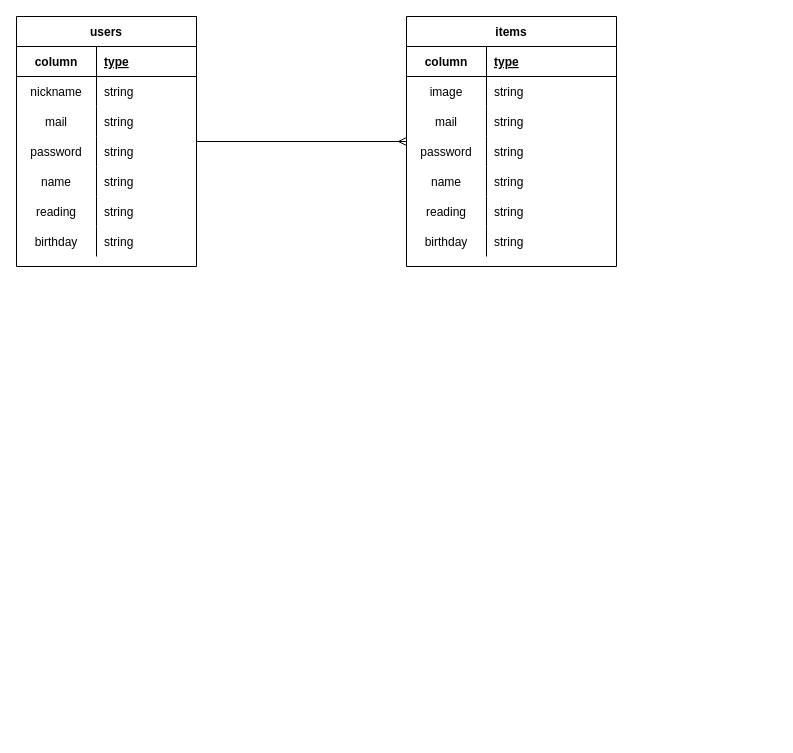
This is test.dio from katsuoisoo/furima-30309, a draw.io file, before an edit. Source tidied: cells renumbered, new cells numbered last; positions are measured from the earlier drawing's top-left corner, leaving out a move shared by most shapes. Both pictures are drawn from the tidied source at 100%, with x=0, y=0 at pixel (16, 16).
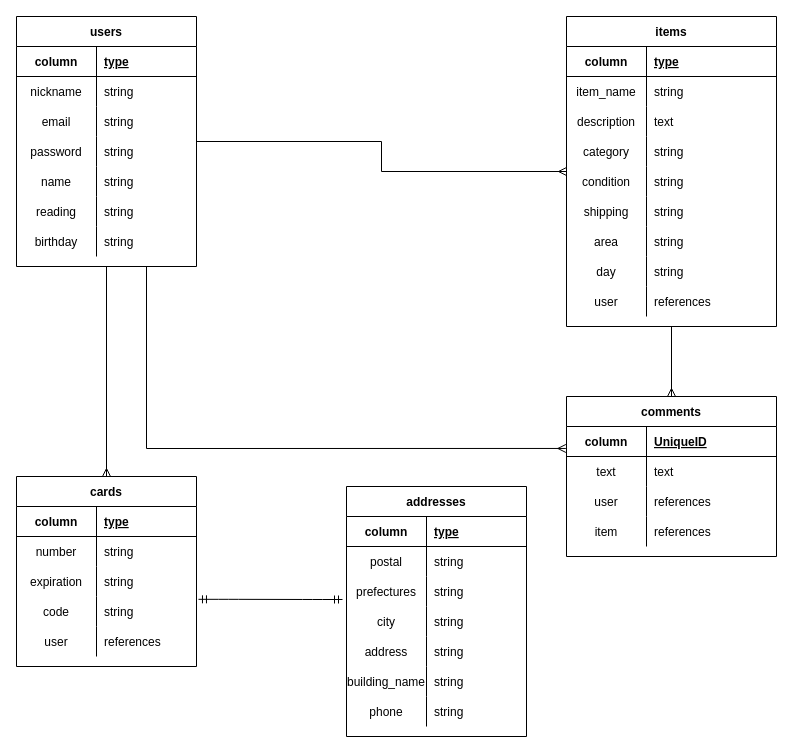
The same page after the edit.

Commit message (it also covers changes not shown here):
データベースの設計（addressesの修正）

The change refers to these unchanged cells:
```xml
<mxCell id="3" value="users" style="shape=table;startSize=30;childLayout=tableLayout;rowLines=0;fontStyle=1;align=center;fillColor=none;gradientColor=none;" parent="1" vertex="1">
  <mxGeometry width="180" height="250" as="geometry" />
</mxCell>
<mxCell id="10" style="shape=partialRectangle;fillColor=none;top=0;left=0;bottom=0;right=0;" parent="3" vertex="1">
  <mxGeometry y="90" width="180" height="30" as="geometry" />
</mxCell>
<mxCell id="29" style="shape=partialRectangle;fillColor=none;top=0;left=0;bottom=0;right=0;" parent="25" vertex="1">
  <mxGeometry y="60" width="210" height="30" as="geometry" />
</mxCell>
<mxCell id="32" style="shape=partialRectangle;fillColor=none;top=0;left=0;bottom=0;right=0;" parent="25" vertex="1">
  <mxGeometry y="90" width="210" height="30" as="geometry" />
</mxCell>
<mxCell id="35" style="shape=partialRectangle;fillColor=none;top=0;left=0;bottom=0;right=0;" parent="25" vertex="1">
  <mxGeometry y="120" width="210" height="30" as="geometry" />
</mxCell>
<mxCell id="38" style="shape=partialRectangle;fillColor=none;top=0;left=0;bottom=0;right=0;" parent="25" vertex="1">
  <mxGeometry y="150" width="210" height="30" as="geometry" />
</mxCell>
<mxCell id="41" style="shape=partialRectangle;fillColor=none;top=0;left=0;bottom=0;right=0;" parent="25" vertex="1">
  <mxGeometry y="180" width="210" height="30" as="geometry" />
</mxCell>
<mxCell id="44" style="shape=partialRectangle;fillColor=none;top=0;left=0;bottom=0;right=0;" parent="25" vertex="1">
  <mxGeometry y="210" width="210" height="30" as="geometry" />
</mxCell>
```

Change to the diagram source:
```diff
@@
+    <mxCell id="47" style="edgeStyle=orthogonalEdgeStyle;rounded=0;jettySize=auto;html=1;endArrow=ERmany;endFill=0;" parent="1" edge="1" source="3" target="69">
+      <mxGeometry relative="1" as="geometry" />
+    </mxCell>
@@
-    <mxCell id="11" value="mail" style="shape=partialRectangle;fillColor=none;top=0;left=0;bottom=0;right=0;overflow=hidden;" parent="10" vertex="1">
+    <mxCell id="11" value="email" style="shape=partialRectangle;fillColor=none;top=0;left=0;bottom=0;right=0;overflow=hidden;" parent="10" vertex="1">
       <mxGeometry width="80" height="30" as="geometry" />
     </mxCell>
@@
     <mxCell id="25" value="items" style="shape=table;startSize=30;childLayout=tableLayout;rowLines=0;fontStyle=1;align=center;fillColor=none;gradientColor=none;" parent="1" vertex="1">
-      <mxGeometry x="390" width="210" height="250" as="geometry" />
+      <mxGeometry x="550" width="210" height="310" as="geometry" />
     </mxCell>
@@
-    <mxCell id="30" value="image" style="shape=partialRectangle;fillColor=none;top=0;left=0;bottom=0;right=0;overflow=hidden;" parent="29" vertex="1">
+    <mxCell id="30" value="item_name" style="shape=partialRectangle;fillColor=none;top=0;left=0;bottom=0;right=0;overflow=hidden;" parent="29" vertex="1">
       <mxGeometry width="80" height="30" as="geometry" />
     </mxCell>
@@
-    <mxCell id="33" value="mail" style="shape=partialRectangle;fillColor=none;top=0;left=0;bottom=0;right=0;overflow=hidden;" parent="32" vertex="1">
+    <mxCell id="33" value="description" style="shape=partialRectangle;fillColor=none;top=0;left=0;bottom=0;right=0;overflow=hidden;" parent="32" vertex="1">
       <mxGeometry width="80" height="30" as="geometry" />
     </mxCell>
-    <mxCell id="34" value="string" style="shape=partialRectangle;fillColor=none;top=0;left=0;bottom=0;right=0;align=left;spacingLeft=6;overflow=hidden;" parent="32" vertex="1">
+    <mxCell id="34" value="text" style="shape=partialRectangle;fillColor=none;top=0;left=0;bottom=0;right=0;align=left;spacingLeft=6;overflow=hidden;" parent="32" vertex="1">
       <mxGeometry x="80" width="130" height="30" as="geometry" />
     </mxCell>
@@
-    <mxCell id="36" value="password" style="shape=partialRectangle;fillColor=none;top=0;left=0;bottom=0;right=0;overflow=hidden;" parent="35" vertex="1">
+    <mxCell id="36" value="category" style="shape=partialRectangle;fillColor=none;top=0;left=0;bottom=0;right=0;overflow=hidden;" parent="35" vertex="1">
       <mxGeometry width="80" height="30" as="geometry" />
     </mxCell>
@@
-    <mxCell id="39" value="name" style="shape=partialRectangle;fillColor=none;top=0;left=0;bottom=0;right=0;overflow=hidden;" parent="38" vertex="1">
+    <mxCell id="39" value="condition" style="shape=partialRectangle;fillColor=none;top=0;left=0;bottom=0;right=0;overflow=hidden;" parent="38" vertex="1">
       <mxGeometry width="80" height="30" as="geometry" />
     </mxCell>
@@
-    <mxCell id="42" value="reading" style="shape=partialRectangle;fillColor=none;top=0;left=0;bottom=0;right=0;overflow=hidden;" parent="41" vertex="1">
+    <mxCell id="42" value="shipping" style="shape=partialRectangle;fillColor=none;top=0;left=0;bottom=0;right=0;overflow=hidden;" parent="41" vertex="1">
       <mxGeometry width="80" height="30" as="geometry" />
     </mxCell>
@@
-    <mxCell id="45" value="birthday" style="shape=partialRectangle;fillColor=none;top=0;left=0;bottom=0;right=0;overflow=hidden;" parent="44" vertex="1">
+    <mxCell id="45" value="area" style="shape=partialRectangle;fillColor=none;top=0;left=0;bottom=0;right=0;overflow=hidden;" parent="44" vertex="1">
       <mxGeometry width="80" height="30" as="geometry" />
     </mxCell>
@@
+    <mxCell id="48" style="shape=partialRectangle;fillColor=none;top=0;left=0;bottom=0;right=0;" parent="25" vertex="1">
+      <mxGeometry y="240" width="210" height="30" as="geometry" />
+    </mxCell>
+    <mxCell id="49" value="day" style="shape=partialRectangle;fillColor=none;top=0;left=0;bottom=0;right=0;overflow=hidden;" parent="48" vertex="1">
+      <mxGeometry width="80" height="30" as="geometry" />
+    </mxCell>
+    <mxCell id="50" value="string" style="shape=partialRectangle;fillColor=none;top=0;left=0;bottom=0;right=0;align=left;spacingLeft=6;overflow=hidden;" parent="48" vertex="1">
+      <mxGeometry x="80" width="130" height="30" as="geometry" />
+    </mxCell>
+    <mxCell id="51" style="shape=partialRectangle;fillColor=none;top=0;left=0;bottom=0;right=0;" parent="25" vertex="1">
+      <mxGeometry y="270" width="210" height="30" as="geometry" />
+    </mxCell>
+    <mxCell id="52" value="user" style="shape=partialRectangle;fillColor=none;top=0;left=0;bottom=0;right=0;overflow=hidden;" parent="51" vertex="1">
+      <mxGeometry width="80" height="30" as="geometry" />
+    </mxCell>
+    <mxCell id="53" value="references" style="shape=partialRectangle;fillColor=none;top=0;left=0;bottom=0;right=0;align=left;spacingLeft=6;overflow=hidden;" parent="51" vertex="1">
+      <mxGeometry x="80" width="130" height="30" as="geometry" />
+    </mxCell>
+    <mxCell id="54" value="comments" style="shape=table;startSize=30;childLayout=tableLayout;rowLines=0;fontStyle=1;align=center;" parent="1" vertex="1">
+      <mxGeometry x="550" y="380" width="210" height="160" as="geometry" />
+    </mxCell>
+    <mxCell id="55" style="shape=partialRectangle;fillColor=none;top=0;left=0;bottom=1;right=0;points=[[0,0.5],[1,0.5]];portConstraint=eastwest;" parent="54" vertex="1">
+      <mxGeometry y="30" width="210" height="30" as="geometry" />
+    </mxCell>
+    <mxCell id="56" value="column" style="shape=partialRectangle;fillColor=none;top=0;left=0;bottom=0;right=0;fontStyle=1;overflow=hidden;" parent="55" vertex="1">
+      <mxGeometry width="80" height="30" as="geometry" />
+    </mxCell>
+    <mxCell id="57" value="UniqueID" style="shape=partialRectangle;fillColor=none;top=0;left=0;bottom=0;right=0;align=left;spacingLeft=6;fontStyle=5;overflow=hidden;" parent="55" vertex="1">
+      <mxGeometry x="80" width="130" height="30" as="geometry" />
+    </mxCell>
+    <mxCell id="58" style="shape=partialRectangle;fillColor=none;top=0;left=0;bottom=0;right=0;" parent="54" vertex="1">
+      <mxGeometry y="60" width="210" height="30" as="geometry" />
+    </mxCell>
+    <mxCell id="59" value="text" style="shape=partialRectangle;fillColor=none;top=0;left=0;bottom=0;right=0;overflow=hidden;" parent="58" vertex="1">
+      <mxGeometry width="80" height="30" as="geometry" />
+    </mxCell>
+    <mxCell id="60" value="text" style="shape=partialRectangle;fillColor=none;top=0;left=0;bottom=0;right=0;align=left;spacingLeft=6;overflow=hidden;" parent="58" vertex="1">
+      <mxGeometry x="80" width="130" height="30" as="geometry" />
+    </mxCell>
+    <mxCell id="61" style="shape=partialRectangle;fillColor=none;top=0;left=0;bottom=0;right=0;" parent="54" vertex="1">
+      <mxGeometry y="90" width="210" height="30" as="geometry" />
+    </mxCell>
+    <mxCell id="62" value="user" style="shape=partialRectangle;fillColor=none;top=0;left=0;bottom=0;right=0;overflow=hidden;" parent="61" vertex="1">
+      <mxGeometry width="80" height="30" as="geometry" />
+    </mxCell>
+    <mxCell id="63" value="references" style="shape=partialRectangle;fillColor=none;top=0;left=0;bottom=0;right=0;align=left;spacingLeft=6;overflow=hidden;" parent="61" vertex="1">
+      <mxGeometry x="80" width="130" height="30" as="geometry" />
+    </mxCell>
+    <mxCell id="64" style="shape=partialRectangle;fillColor=none;top=0;left=0;bottom=0;right=0;" parent="54" vertex="1">
+      <mxGeometry y="120" width="210" height="30" as="geometry" />
+    </mxCell>
+    <mxCell id="65" value="item" style="shape=partialRectangle;fillColor=none;top=0;left=0;bottom=0;right=0;overflow=hidden;" parent="64" vertex="1">
+      <mxGeometry width="80" height="30" as="geometry" />
+    </mxCell>
+    <mxCell id="66" value="references" style="shape=partialRectangle;fillColor=none;top=0;left=0;bottom=0;right=0;align=left;spacingLeft=6;overflow=hidden;" parent="64" vertex="1">
+      <mxGeometry x="80" width="130" height="30" as="geometry" />
+    </mxCell>
+    <mxCell id="67" style="edgeStyle=orthogonalEdgeStyle;rounded=0;jettySize=auto;html=1;endArrow=ERmany;endFill=0;entryX=-0.003;entryY=0.732;entryDx=0;entryDy=0;entryPerimeter=0;" parent="1" edge="1" target="55">
+      <mxGeometry relative="1" as="geometry">
+        <mxPoint x="130" y="250" as="sourcePoint" />
+        <Array as="points">
+          <mxPoint x="130" y="432" />
+        </Array>
+      </mxGeometry>
+    </mxCell>
+    <mxCell id="68" style="edgeStyle=orthogonalEdgeStyle;rounded=0;jettySize=auto;html=1;endArrow=ERmany;endFill=0;exitX=0.5;exitY=1;exitDx=0;exitDy=0;entryX=0.5;entryY=0;entryDx=0;entryDy=0;" parent="1" edge="1" source="25" target="54">
+      <mxGeometry relative="1" as="geometry" />
+    </mxCell>
+    <mxCell id="69" value="cards" style="shape=table;startSize=30;childLayout=tableLayout;rowLines=0;fontStyle=1;align=center;fillColor=none;gradientColor=none;" parent="1" vertex="1">
+      <mxGeometry y="460" width="180" height="190" as="geometry" />
+    </mxCell>
+    <mxCell id="70" style="shape=partialRectangle;fillColor=none;top=0;left=0;bottom=1;right=0;" parent="69" vertex="1">
+      <mxGeometry y="30" width="180" height="30" as="geometry" />
+    </mxCell>
+    <mxCell id="71" value="column" style="shape=partialRectangle;fillColor=none;top=0;left=0;bottom=0;right=0;fontStyle=1;overflow=hidden;" parent="70" vertex="1">
+      <mxGeometry width="80" height="30" as="geometry" />
+    </mxCell>
+    <mxCell id="72" value="type" style="shape=partialRectangle;fillColor=none;top=0;left=0;bottom=0;right=0;align=left;spacingLeft=6;fontStyle=5;overflow=hidden;" parent="70" vertex="1">
+      <mxGeometry x="80" width="100" height="30" as="geometry" />
+    </mxCell>
+    <mxCell id="73" style="shape=partialRectangle;fillColor=none;top=0;left=0;bottom=0;right=0;" parent="69" vertex="1">
+      <mxGeometry y="60" width="180" height="30" as="geometry" />
+    </mxCell>
+    <mxCell id="74" value="number " style="shape=partialRectangle;fillColor=none;top=0;left=0;bottom=0;right=0;overflow=hidden;" parent="73" vertex="1">
+      <mxGeometry width="80" height="30" as="geometry" />
+    </mxCell>
+    <mxCell id="75" value="string" style="shape=partialRectangle;fillColor=none;top=0;left=0;bottom=0;right=0;align=left;spacingLeft=6;overflow=hidden;" parent="73" vertex="1">
+      <mxGeometry x="80" width="100" height="30" as="geometry" />
+    </mxCell>
+    <mxCell id="76" style="shape=partialRectangle;fillColor=none;top=0;left=0;bottom=0;right=0;" parent="69" vertex="1">
+      <mxGeometry y="90" width="180" height="30" as="geometry" />
+    </mxCell>
+    <mxCell id="77" value="expiration" style="shape=partialRectangle;fillColor=none;top=0;left=0;bottom=0;right=0;overflow=hidden;" parent="76" vertex="1">
+      <mxGeometry width="80" height="30" as="geometry" />
+    </mxCell>
+    <mxCell id="78" value="string" style="shape=partialRectangle;fillColor=none;top=0;left=0;bottom=0;right=0;align=left;spacingLeft=6;overflow=hidden;" parent="76" vertex="1">
+      <mxGeometry x="80" width="100" height="30" as="geometry" />
+    </mxCell>
+    <mxCell id="79" style="shape=partialRectangle;fillColor=none;top=0;left=0;bottom=0;right=0;points=[[0,0.5],[1,0.5]];portConstraint=eastwest;" parent="69" vertex="1">
+      <mxGeometry y="120" width="180" height="30" as="geometry" />
+    </mxCell>
+    <mxCell id="80" value="code" style="shape=partialRectangle;fillColor=none;top=0;left=0;bottom=0;right=0;overflow=hidden;" parent="79" vertex="1">
+      <mxGeometry width="80" height="30" as="geometry" />
+    </mxCell>
+    <mxCell id="81" value="string" style="shape=partialRectangle;fillColor=none;top=0;left=0;bottom=0;right=0;align=left;spacingLeft=6;overflow=hidden;" parent="79" vertex="1">
+      <mxGeometry x="80" width="100" height="30" as="geometry" />
+    </mxCell>
+    <mxCell id="82" style="shape=partialRectangle;fillColor=none;top=0;left=0;bottom=0;right=0;" parent="69" vertex="1">
+      <mxGeometry y="150" width="180" height="30" as="geometry" />
+    </mxCell>
+    <mxCell id="83" value="user" style="shape=partialRectangle;fillColor=none;top=0;left=0;bottom=0;right=0;overflow=hidden;" parent="82" vertex="1">
+      <mxGeometry width="80" height="30" as="geometry" />
+    </mxCell>
+    <mxCell id="84" value="references" style="shape=partialRectangle;fillColor=none;top=0;left=0;bottom=0;right=0;align=left;spacingLeft=6;overflow=hidden;" parent="82" vertex="1">
+      <mxGeometry x="80" width="100" height="30" as="geometry" />
+    </mxCell>
+    <mxCell id="85" value="addresses" style="shape=table;startSize=30;childLayout=tableLayout;rowLines=0;fontStyle=1;align=center;fillColor=none;gradientColor=none;" parent="1" vertex="1">
+      <mxGeometry x="330" y="470" width="180" height="250" as="geometry" />
+    </mxCell>
+    <mxCell id="86" style="shape=partialRectangle;fillColor=none;top=0;left=0;bottom=1;right=0;" parent="85" vertex="1">
+      <mxGeometry y="30" width="180" height="30" as="geometry" />
+    </mxCell>
+    <mxCell id="87" value="column" style="shape=partialRectangle;fillColor=none;top=0;left=0;bottom=0;right=0;fontStyle=1;overflow=hidden;" parent="86" vertex="1">
+      <mxGeometry width="80" height="30" as="geometry" />
+    </mxCell>
+    <mxCell id="88" value="type" style="shape=partialRectangle;fillColor=none;top=0;left=0;bottom=0;right=0;align=left;spacingLeft=6;fontStyle=5;overflow=hidden;" parent="86" vertex="1">
+      <mxGeometry x="80" width="100" height="30" as="geometry" />
+    </mxCell>
+    <mxCell id="89" style="shape=partialRectangle;fillColor=none;top=0;left=0;bottom=0;right=0;" parent="85" vertex="1">
+      <mxGeometry y="60" width="180" height="30" as="geometry" />
+    </mxCell>
+    <mxCell id="90" value="postal " style="shape=partialRectangle;fillColor=none;top=0;left=0;bottom=0;right=0;overflow=hidden;" parent="89" vertex="1">
+      <mxGeometry width="80" height="30" as="geometry" />
+    </mxCell>
+    <mxCell id="91" value="string" style="shape=partialRectangle;fillColor=none;top=0;left=0;bottom=0;right=0;align=left;spacingLeft=6;overflow=hidden;" parent="89" vertex="1">
+      <mxGeometry x="80" width="100" height="30" as="geometry" />
+    </mxCell>
+    <mxCell id="92" style="shape=partialRectangle;fillColor=none;top=0;left=0;bottom=0;right=0;" parent="85" vertex="1">
+      <mxGeometry y="90" width="180" height="30" as="geometry" />
+    </mxCell>
+    <mxCell id="93" value="prefectures" style="shape=partialRectangle;fillColor=none;top=0;left=0;bottom=0;right=0;overflow=hidden;" parent="92" vertex="1">
+      <mxGeometry width="80" height="30" as="geometry" />
+    </mxCell>
+    <mxCell id="94" value="string" style="shape=partialRectangle;fillColor=none;top=0;left=0;bottom=0;right=0;align=left;spacingLeft=6;overflow=hidden;" parent="92" vertex="1">
+      <mxGeometry x="80" width="100" height="30" as="geometry" />
+    </mxCell>
+    <mxCell id="95" style="shape=partialRectangle;fillColor=none;top=0;left=0;bottom=0;right=0;" parent="85" vertex="1">
+      <mxGeometry y="120" width="180" height="30" as="geometry" />
+    </mxCell>
+    <mxCell id="96" value="city" style="shape=partialRectangle;fillColor=none;top=0;left=0;bottom=0;right=0;overflow=hidden;" parent="95" vertex="1">
+      <mxGeometry width="80" height="30" as="geometry" />
+    </mxCell>
+    <mxCell id="97" value="string" style="shape=partialRectangle;fillColor=none;top=0;left=0;bottom=0;right=0;align=left;spacingLeft=6;overflow=hidden;" parent="95" vertex="1">
+      <mxGeometry x="80" width="100" height="30" as="geometry" />
+    </mxCell>
+    <mxCell id="98" style="shape=partialRectangle;fillColor=none;top=0;left=0;bottom=0;right=0;" parent="85" vertex="1">
+      <mxGeometry y="150" width="180" height="30" as="geometry" />
+    </mxCell>
+    <mxCell id="99" value="address" style="shape=partialRectangle;fillColor=none;top=0;left=0;bottom=0;right=0;overflow=hidden;" parent="98" vertex="1">
+      <mxGeometry width="80" height="30" as="geometry" />
+    </mxCell>
+    <mxCell id="100" value="string" style="shape=partialRectangle;fillColor=none;top=0;left=0;bottom=0;right=0;align=left;spacingLeft=6;overflow=hidden;" parent="98" vertex="1">
+      <mxGeometry x="80" width="100" height="30" as="geometry" />
+    </mxCell>
+    <mxCell id="101" style="shape=partialRectangle;fillColor=none;top=0;left=0;bottom=0;right=0;" parent="85" vertex="1">
+      <mxGeometry y="180" width="180" height="30" as="geometry" />
+    </mxCell>
+    <mxCell id="102" value="building_name" style="shape=partialRectangle;fillColor=none;top=0;left=0;bottom=0;right=0;overflow=hidden;" parent="101" vertex="1">
+      <mxGeometry width="80" height="30" as="geometry" />
+    </mxCell>
+    <mxCell id="103" value="string" style="shape=partialRectangle;fillColor=none;top=0;left=0;bottom=0;right=0;align=left;spacingLeft=6;overflow=hidden;" parent="101" vertex="1">
+      <mxGeometry x="80" width="100" height="30" as="geometry" />
+    </mxCell>
+    <mxCell id="104" style="shape=partialRectangle;fillColor=none;top=0;left=0;bottom=0;right=0;" parent="85" vertex="1">
+      <mxGeometry y="210" width="180" height="30" as="geometry" />
+    </mxCell>
+    <mxCell id="105" value="phone" style="shape=partialRectangle;fillColor=none;top=0;left=0;bottom=0;right=0;overflow=hidden;" parent="104" vertex="1">
+      <mxGeometry width="80" height="30" as="geometry" />
+    </mxCell>
+    <mxCell id="106" value="string" style="shape=partialRectangle;fillColor=none;top=0;left=0;bottom=0;right=0;align=left;spacingLeft=6;overflow=hidden;" parent="104" vertex="1">
+      <mxGeometry x="80" width="100" height="30" as="geometry" />
+    </mxCell>
+    <mxCell id="107" style="edgeStyle=entityRelationEdgeStyle;fontSize=12;html=1;endArrow=ERmandOne;startArrow=ERmandOne;exitX=1.011;exitY=0.094;exitDx=0;exitDy=0;exitPerimeter=0;" parent="1" edge="1" source="79">
+      <mxGeometry relative="1" as="geometry">
+        <mxPoint x="326" y="583" as="targetPoint" />
+      </mxGeometry>
+    </mxCell>
```
